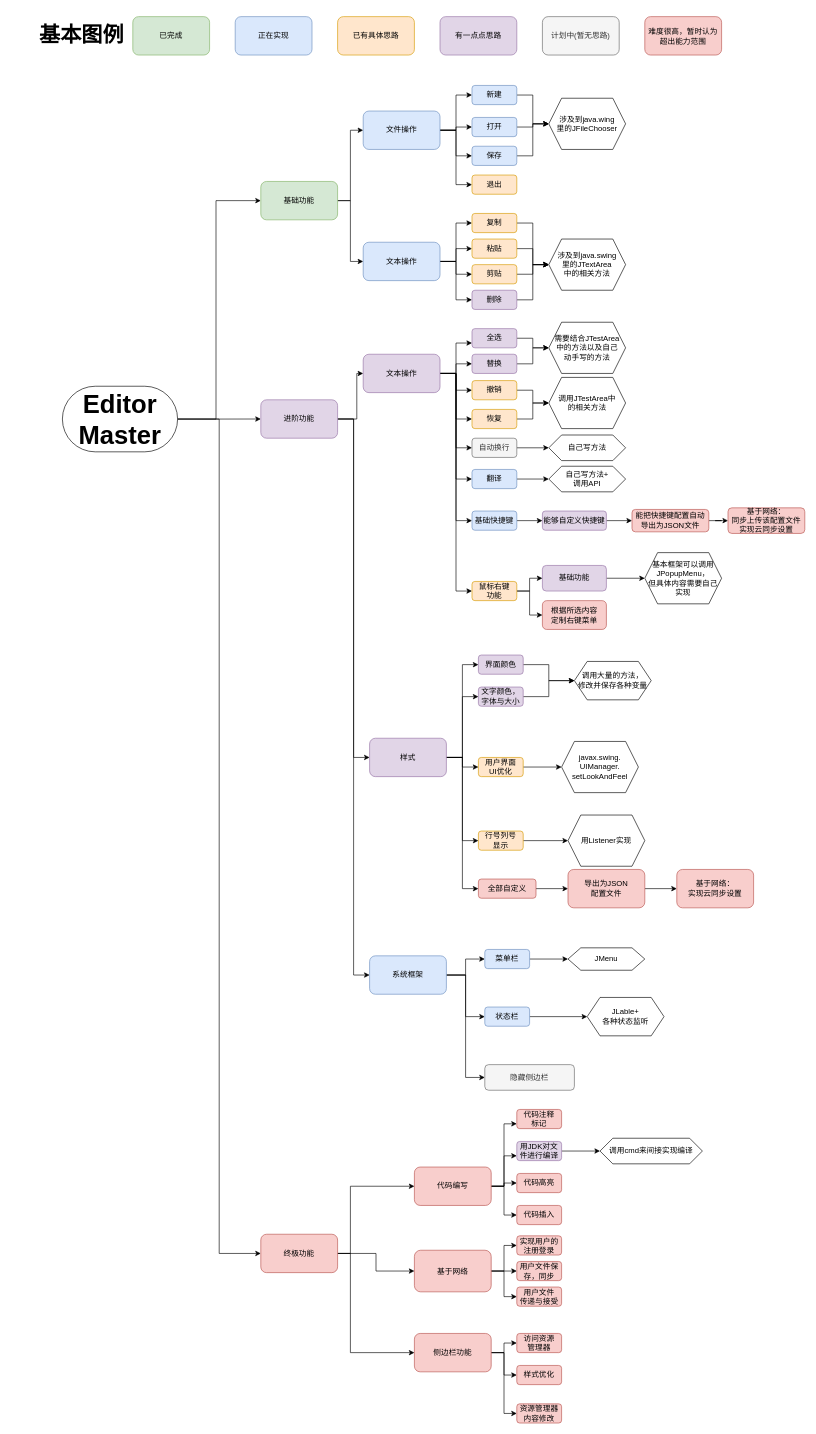
Above: 1.drawio in KKKZOZ/Pre_Work_Editor (draw.io), before the change. Source tidied: cells renumbered, new cells numbered last; positions are measured from the earlier drawing's top-left corner, leaving out a move shared by most shapes. Both pictures are drawn from the tidied source at 64%, with x=0, y=0 at pixel (11, 16).
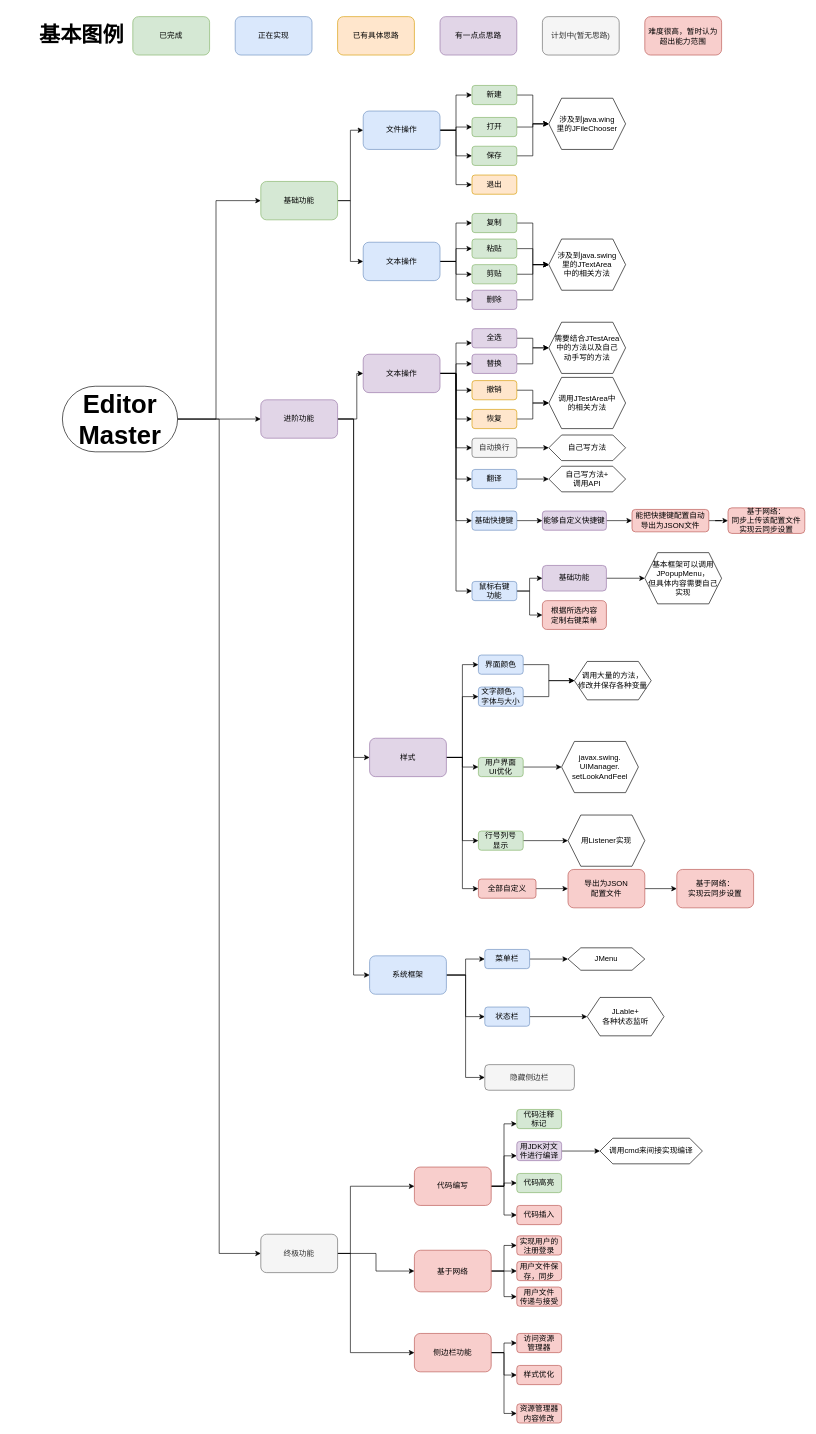
After the change.

The edit, as a diff of the source:
```diff
@@
-    <mxCell id="19" value="新建" style="rounded=1;whiteSpace=wrap;html=1;fillColor=#dae8fc;strokeColor=#6c8ebf;" parent="1" vertex="1">
+    <mxCell id="19" value="新建" style="rounded=1;whiteSpace=wrap;html=1;fillColor=#d5e8d4;strokeColor=#82b366;" parent="1" vertex="1">
       <mxGeometry x="720" y="108" width="70" height="30" as="geometry" />
     </mxCell>
@@
-    <mxCell id="21" value="打开" style="rounded=1;whiteSpace=wrap;html=1;fillColor=#dae8fc;strokeColor=#6c8ebf;" parent="1" vertex="1">
+    <mxCell id="21" value="打开" style="rounded=1;whiteSpace=wrap;html=1;fillColor=#d5e8d4;strokeColor=#82b366;" parent="1" vertex="1">
       <mxGeometry x="720" y="158" width="70" height="30" as="geometry" />
     </mxCell>
@@
-    <mxCell id="29" value="保存" style="rounded=1;whiteSpace=wrap;html=1;fillColor=#dae8fc;strokeColor=#6c8ebf;" parent="1" vertex="1">
+    <mxCell id="29" value="保存" style="rounded=1;whiteSpace=wrap;html=1;fillColor=#d5e8d4;strokeColor=#82b366;" parent="1" vertex="1">
       <mxGeometry x="720" y="203" width="70" height="30" as="geometry" />
     </mxCell>
@@
-    <mxCell id="31" value="复制" style="rounded=1;whiteSpace=wrap;html=1;fillColor=#ffe6cc;strokeColor=#d79b00;" parent="1" vertex="1">
+    <mxCell id="31" value="复制" style="rounded=1;whiteSpace=wrap;html=1;fillColor=#d5e8d4;strokeColor=#82b366;" parent="1" vertex="1">
       <mxGeometry x="720" y="308" width="70" height="30" as="geometry" />
     </mxCell>
@@
-    <mxCell id="33" value="剪贴" style="rounded=1;whiteSpace=wrap;html=1;fillColor=#ffe6cc;strokeColor=#d79b00;" parent="1" vertex="1">
+    <mxCell id="33" value="剪贴" style="rounded=1;whiteSpace=wrap;html=1;fillColor=#d5e8d4;strokeColor=#82b366;" parent="1" vertex="1">
       <mxGeometry x="720" y="388" width="70" height="30" as="geometry" />
     </mxCell>
@@
-    <mxCell id="35" value="粘贴" style="rounded=1;whiteSpace=wrap;html=1;fillColor=#ffe6cc;strokeColor=#d79b00;" parent="1" vertex="1">
+    <mxCell id="35" value="粘贴" style="rounded=1;whiteSpace=wrap;html=1;fillColor=#d5e8d4;strokeColor=#82b366;" parent="1" vertex="1">
       <mxGeometry x="720" y="348" width="70" height="30" as="geometry" />
     </mxCell>
@@
-    <mxCell id="66" value="界面颜色" style="rounded=1;whiteSpace=wrap;html=1;fillColor=#e1d5e7;strokeColor=#9673a6;" parent="1" vertex="1">
+    <mxCell id="66" value="界面颜色" style="rounded=1;whiteSpace=wrap;html=1;fillColor=#dae8fc;strokeColor=#6c8ebf;" parent="1" vertex="1">
       <mxGeometry x="730" y="998" width="70" height="30" as="geometry" />
     </mxCell>
@@
-    <mxCell id="68" value="用户界面&lt;br&gt;UI优化" style="rounded=1;whiteSpace=wrap;html=1;fillColor=#ffe6cc;strokeColor=#d79b00;" parent="1" vertex="1">
+    <mxCell id="68" value="用户界面&lt;br&gt;UI优化" style="rounded=1;whiteSpace=wrap;html=1;fillColor=#d5e8d4;strokeColor=#82b366;" parent="1" vertex="1">
       <mxGeometry x="730" y="1158" width="70" height="30" as="geometry" />
     </mxCell>
@@
-    <mxCell id="70" value="文字颜色，&lt;br&gt;字体与大小" style="rounded=1;whiteSpace=wrap;html=1;fillColor=#e1d5e7;strokeColor=#9673a6;" parent="1" vertex="1">
+    <mxCell id="70" value="文字颜色，&lt;br&gt;字体与大小" style="rounded=1;whiteSpace=wrap;html=1;fillColor=#dae8fc;strokeColor=#6c8ebf;" parent="1" vertex="1">
       <mxGeometry x="730" y="1048" width="70" height="30" as="geometry" />
     </mxCell>
@@
-    <mxCell id="80" value="终极功能" style="rounded=1;whiteSpace=wrap;html=1;fillColor=#f8cecc;strokeColor=#b85450;" parent="1" vertex="1">
+    <mxCell id="80" value="终极功能" style="rounded=1;whiteSpace=wrap;html=1;fillColor=#f5f5f5;strokeColor=#666666;fontColor=#333333;" parent="1" vertex="1">
       <mxGeometry x="390" y="1903" width="120" height="60" as="geometry" />
     </mxCell>
@@
-    <mxCell id="88" value="代码高亮" style="rounded=1;whiteSpace=wrap;html=1;fillColor=#f8cecc;strokeColor=#b85450;" parent="1" vertex="1">
+    <mxCell id="88" value="代码高亮" style="rounded=1;whiteSpace=wrap;html=1;fillColor=#d5e8d4;strokeColor=#82b366;" parent="1" vertex="1">
       <mxGeometry x="790" y="1808" width="70" height="30" as="geometry" />
     </mxCell>
@@
-    <mxCell id="91" value="行号列号&lt;br&gt;显示" style="rounded=1;whiteSpace=wrap;html=1;fillColor=#ffe6cc;strokeColor=#d79b00;" parent="1" vertex="1">
+    <mxCell id="91" value="行号列号&lt;br&gt;显示" style="rounded=1;whiteSpace=wrap;html=1;fillColor=#d5e8d4;strokeColor=#82b366;" parent="1" vertex="1">
       <mxGeometry x="730" y="1273" width="70" height="30" as="geometry" />
     </mxCell>
@@
-    <mxCell id="102" value="鼠标右键&lt;br&gt;功能" style="rounded=1;whiteSpace=wrap;html=1;fillColor=#ffe6cc;strokeColor=#d79b00;" parent="1" vertex="1">
+    <mxCell id="102" value="鼠标右键&lt;br&gt;功能" style="rounded=1;whiteSpace=wrap;html=1;fillColor=#dae8fc;strokeColor=#6c8ebf;" parent="1" vertex="1">
       <mxGeometry x="720" y="883" width="70" height="30" as="geometry" />
     </mxCell>
@@
-    <mxCell id="114" value="代码注释&lt;br&gt;标记" style="rounded=1;whiteSpace=wrap;html=1;fillColor=#f8cecc;strokeColor=#b85450;" parent="1" vertex="1">
+    <mxCell id="114" value="代码注释&lt;br&gt;标记" style="rounded=1;whiteSpace=wrap;html=1;fillColor=#d5e8d4;strokeColor=#82b366;" parent="1" vertex="1">
       <mxGeometry x="790" y="1708" width="70" height="30" as="geometry" />
     </mxCell>
```
